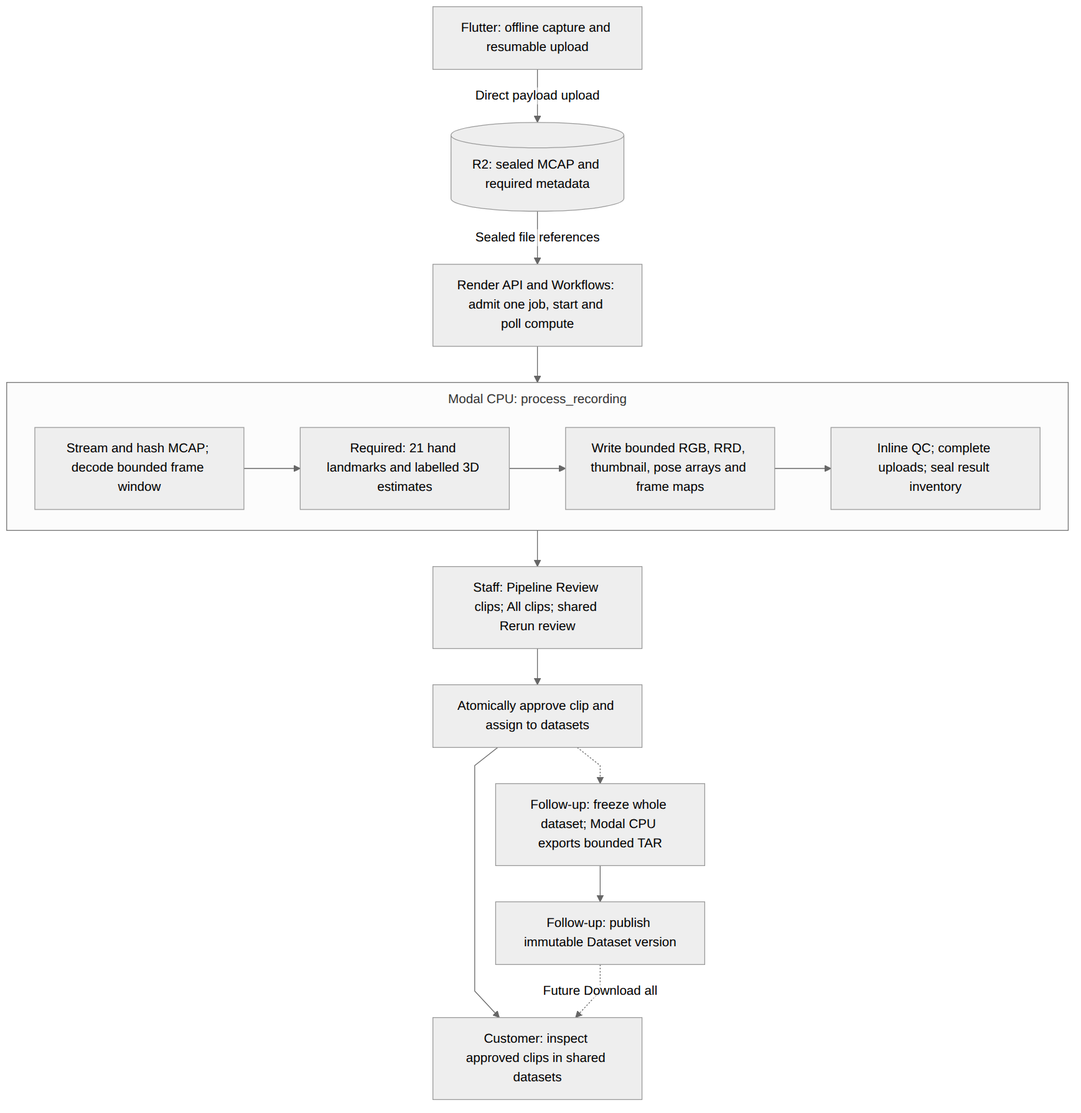
The Mermaid diagram docs/figures/processing-stages.png in StateAction-ai/stateaction, before a commit. Its source is kept beside it as docs/figures/processing-stages.mmd.
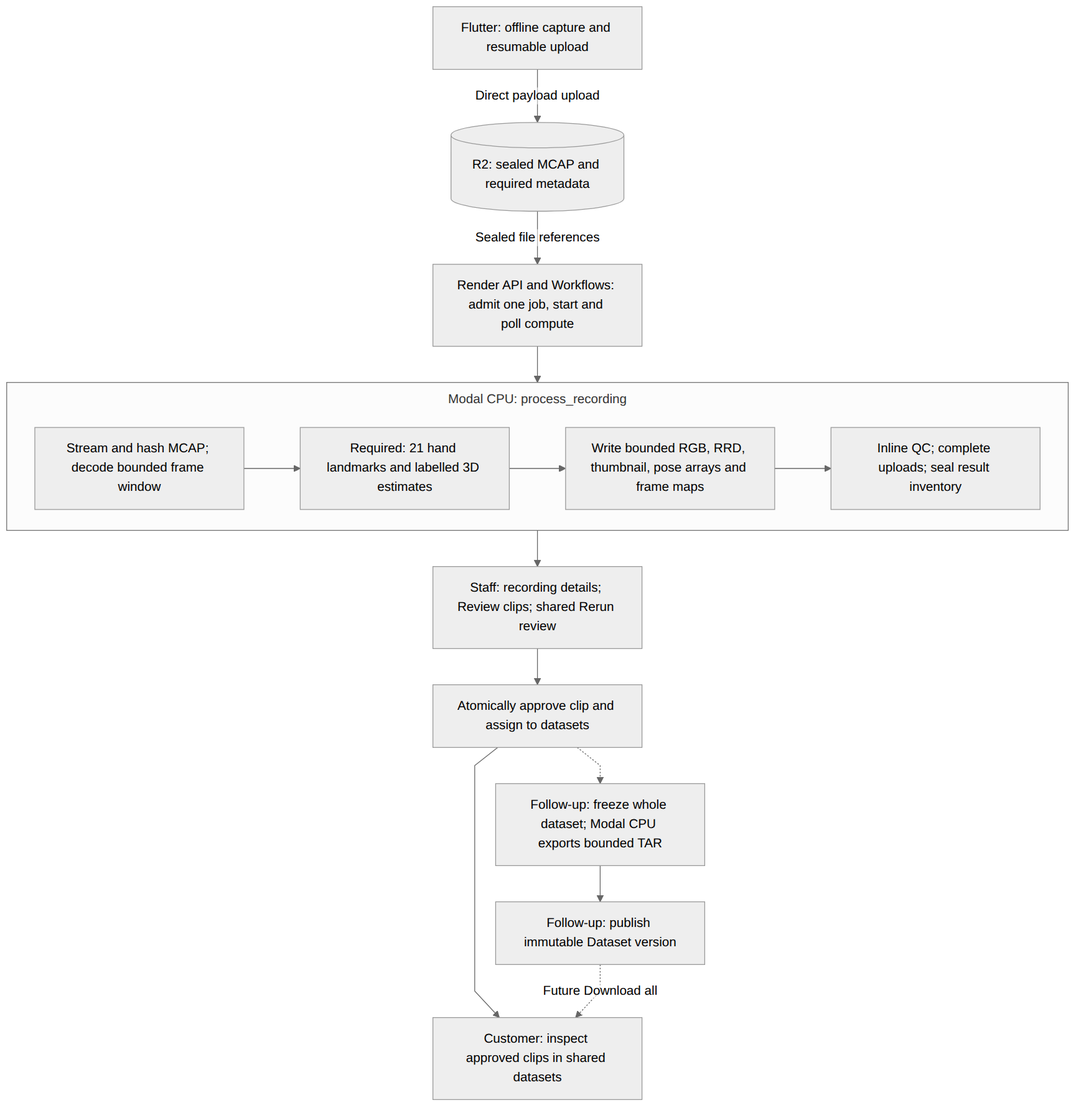
After the commit.

The edit, as a diff of the source:
```diff
@@ -9,7 +9,7 @@
         qc["Inline QC; complete uploads; seal result inventory"]
         extract --> hands --> preview --> qc
     end
-    review["Staff: Pipeline Review clips; All clips; shared Rerun review"]
+    review["Staff: recording details; Review clips; shared Rerun review"]
     datasets["Atomically approve clip and assign to datasets"]
     export["Follow-up: freeze whole dataset; Modal CPU exports bounded TAR"]
     publish["Follow-up: publish immutable Dataset version"]
```
